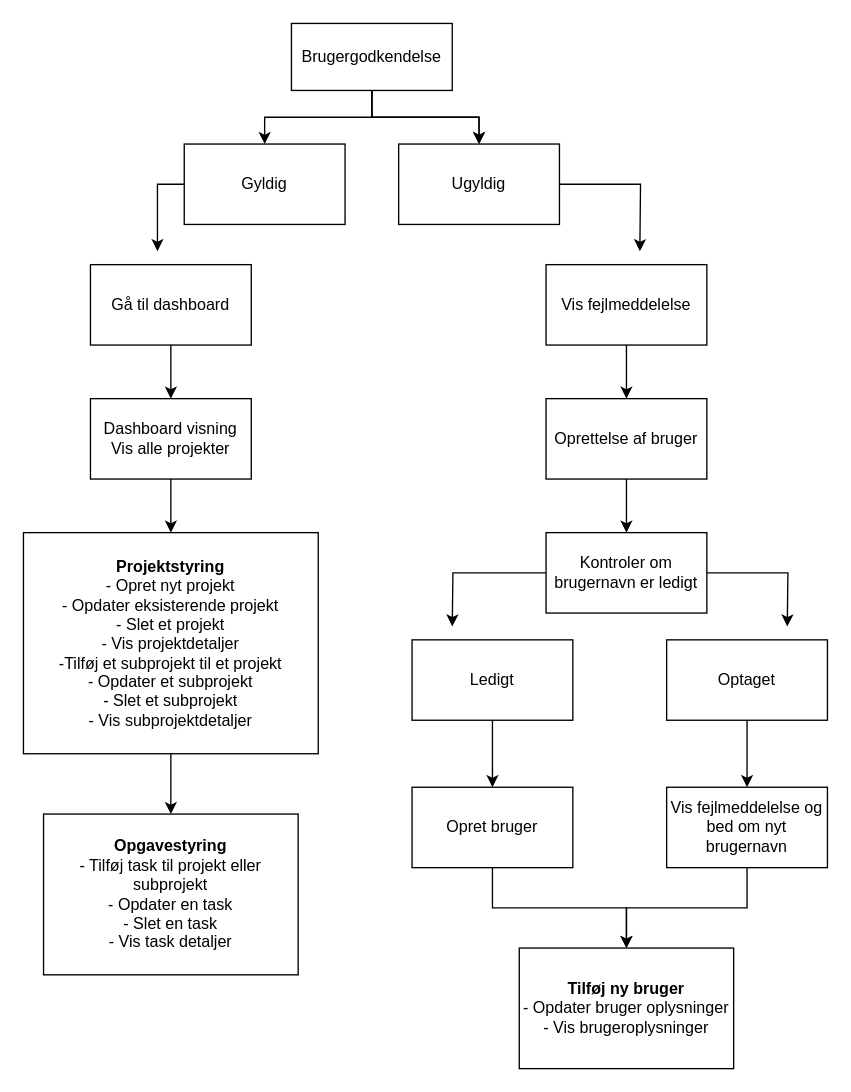
SarahKiil/AlphaSolutionsEksamen keeps this draw.io diagram as docs/Untitled Diagram.drawio. Above is the earlier version. Source tidied: cells renumbered, new cells numbered last; positions are measured from the earlier drawing's top-left corner, leaving out a move shared by most shapes. Both pictures are drawn from the tidied source at 134%, with x=0, y=0 at pixel (23, 23).
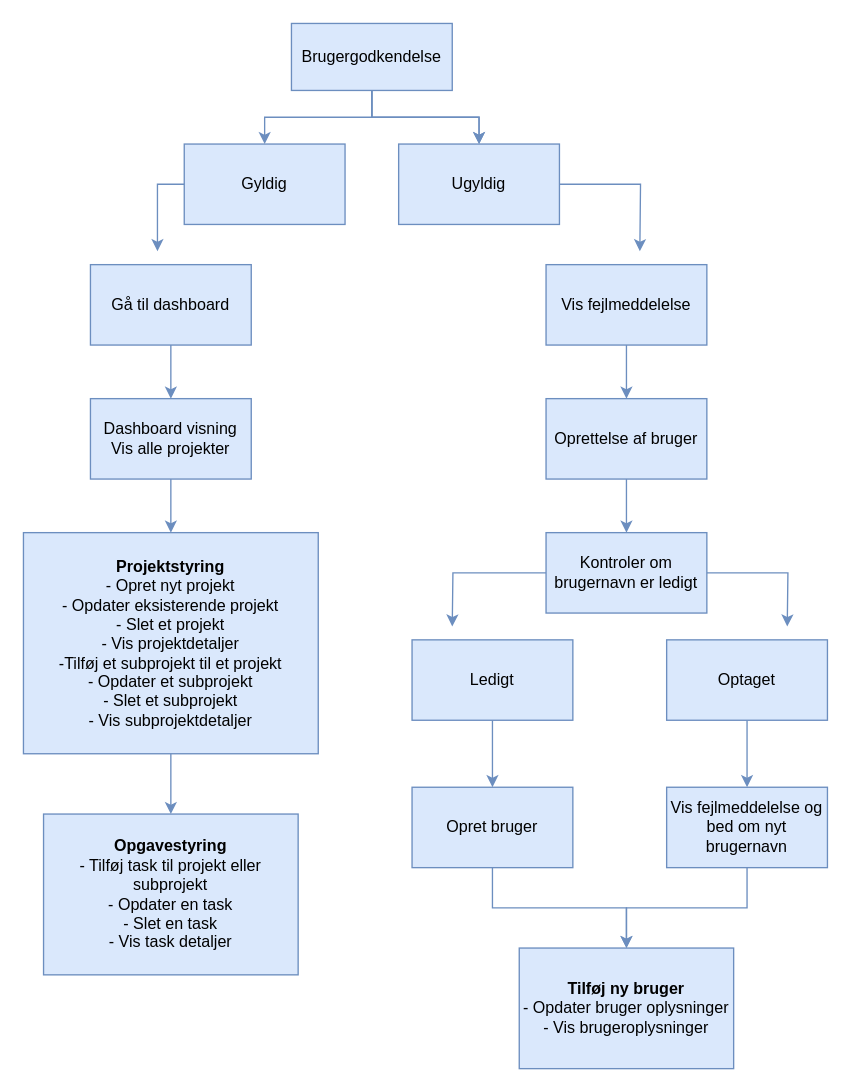
After the change.

What changed in the source:
```diff
@@
-    <mxCell id="2" style="edgeStyle=orthogonalEdgeStyle;rounded=0;jettySize=auto;html=1;" parent="1" edge="1" source="4" target="9">
+    <mxCell id="2" style="edgeStyle=orthogonalEdgeStyle;rounded=0;jettySize=auto;html=1;fillColor=#dae8fc;strokeColor=#6c8ebf;" parent="1" edge="1" source="4" target="9">
       <mxGeometry relative="1" as="geometry" />
     </mxCell>
-    <mxCell id="3" style="edgeStyle=orthogonalEdgeStyle;rounded=0;jettySize=auto;html=1;" parent="1" edge="1" source="4" target="9">
+    <mxCell id="3" style="edgeStyle=orthogonalEdgeStyle;rounded=0;jettySize=auto;html=1;fillColor=#dae8fc;strokeColor=#6c8ebf;" parent="1" edge="1" source="4" target="9">
       <mxGeometry relative="1" as="geometry">
         <Array as="points">
           <mxPoint x="260" y="70" />
           <mxPoint x="340" y="70" />
         </Array>
       </mxGeometry>
     </mxCell>
-    <mxCell id="4" value="Brugergodkendelse" style="rounded=0;whiteSpace=wrap;html=1;" parent="1" vertex="1">
+    <mxCell id="4" value="Brugergodkendelse" style="rounded=0;whiteSpace=wrap;html=1;fillColor=#dae8fc;strokeColor=#6c8ebf;" parent="1" vertex="1">
       <mxGeometry x="200" width="120" height="50" as="geometry" />
     </mxCell>
-    <mxCell id="5" style="edgeStyle=orthogonalEdgeStyle;rounded=0;jettySize=auto;html=1;endArrow=none;endFill=0;startArrow=classic;startFill=1;" parent="1" edge="1" source="7" target="4">
+    <mxCell id="5" style="edgeStyle=orthogonalEdgeStyle;rounded=0;jettySize=auto;html=1;endArrow=none;endFill=0;startArrow=classic;startFill=1;fillColor=#dae8fc;strokeColor=#6c8ebf;" parent="1" edge="1" source="7" target="4">
       <mxGeometry relative="1" as="geometry" />
     </mxCell>
-    <mxCell id="6" style="edgeStyle=orthogonalEdgeStyle;rounded=0;jettySize=auto;html=1;" parent="1" edge="1" source="7">
+    <mxCell id="6" style="edgeStyle=orthogonalEdgeStyle;rounded=0;jettySize=auto;html=1;fillColor=#dae8fc;strokeColor=#6c8ebf;" parent="1" edge="1" source="7">
       <mxGeometry relative="1" as="geometry">
         <mxPoint x="100" y="170" as="targetPoint" />
       </mxGeometry>
     </mxCell>
-    <mxCell id="7" value="Gyldig" style="rounded=0;whiteSpace=wrap;html=1;" parent="1" vertex="1">
+    <mxCell id="7" value="Gyldig" style="rounded=0;whiteSpace=wrap;html=1;fillColor=#dae8fc;strokeColor=#6c8ebf;" parent="1" vertex="1">
       <mxGeometry x="120" y="90" width="120" height="60" as="geometry" />
     </mxCell>
-    <mxCell id="8" style="edgeStyle=orthogonalEdgeStyle;rounded=0;jettySize=auto;html=1;" parent="1" edge="1" source="9">
+    <mxCell id="8" style="edgeStyle=orthogonalEdgeStyle;rounded=0;jettySize=auto;html=1;fillColor=#dae8fc;strokeColor=#6c8ebf;" parent="1" edge="1" source="9">
       <mxGeometry relative="1" as="geometry">
         <mxPoint x="460" y="170" as="targetPoint" />
       </mxGeometry>
     </mxCell>
-    <mxCell id="9" value="Ugyldig" style="rounded=0;whiteSpace=wrap;html=1;" parent="1" vertex="1">
+    <mxCell id="9" value="Ugyldig" style="rounded=0;whiteSpace=wrap;html=1;fillColor=#dae8fc;strokeColor=#6c8ebf;" parent="1" vertex="1">
       <mxGeometry x="280" y="90" width="120" height="60" as="geometry" />
     </mxCell>
-    <mxCell id="10" style="edgeStyle=orthogonalEdgeStyle;rounded=0;jettySize=auto;html=1;" parent="1" edge="1" source="11" target="15">
+    <mxCell id="10" style="edgeStyle=orthogonalEdgeStyle;rounded=0;jettySize=auto;html=1;fillColor=#dae8fc;strokeColor=#6c8ebf;" parent="1" edge="1" source="11" target="15">
       <mxGeometry relative="1" as="geometry" />
     </mxCell>
-    <mxCell id="11" value="Gå til dashboard" style="rounded=0;whiteSpace=wrap;html=1;" parent="1" vertex="1">
+    <mxCell id="11" value="Gå til dashboard" style="rounded=0;whiteSpace=wrap;html=1;fillColor=#dae8fc;strokeColor=#6c8ebf;" parent="1" vertex="1">
       <mxGeometry x="50" y="180" width="120" height="60" as="geometry" />
     </mxCell>
-    <mxCell id="12" style="edgeStyle=orthogonalEdgeStyle;rounded=0;jettySize=auto;html=1;" parent="1" edge="1" source="13" target="20">
+    <mxCell id="12" style="edgeStyle=orthogonalEdgeStyle;rounded=0;jettySize=auto;html=1;fillColor=#dae8fc;strokeColor=#6c8ebf;" parent="1" edge="1" source="13" target="20">
       <mxGeometry relative="1" as="geometry" />
     </mxCell>
-    <mxCell id="13" value="Vis fejlmeddelelse" style="rounded=0;whiteSpace=wrap;html=1;" parent="1" vertex="1">
+    <mxCell id="13" value="Vis fejlmeddelelse" style="rounded=0;whiteSpace=wrap;html=1;fillColor=#dae8fc;strokeColor=#6c8ebf;" parent="1" vertex="1">
       <mxGeometry x="390" y="180" width="120" height="60" as="geometry" />
     </mxCell>
-    <mxCell id="14" style="edgeStyle=orthogonalEdgeStyle;rounded=0;jettySize=auto;html=1;" parent="1" edge="1" source="15" target="17">
+    <mxCell id="14" style="edgeStyle=orthogonalEdgeStyle;rounded=0;jettySize=auto;html=1;fillColor=#dae8fc;strokeColor=#6c8ebf;" parent="1" edge="1" source="15" target="17">
       <mxGeometry relative="1" as="geometry" />
     </mxCell>
-    <mxCell id="15" value="Dashboard visning&lt;div&gt;Vis alle projekter&lt;/div&gt;" style="rounded=0;whiteSpace=wrap;html=1;" parent="1" vertex="1">
+    <mxCell id="15" value="Dashboard visning&lt;div&gt;Vis alle projekter&lt;/div&gt;" style="rounded=0;whiteSpace=wrap;html=1;fillColor=#dae8fc;strokeColor=#6c8ebf;" parent="1" vertex="1">
       <mxGeometry x="50" y="280" width="120" height="60" as="geometry" />
     </mxCell>
-    <mxCell id="16" style="edgeStyle=orthogonalEdgeStyle;rounded=0;jettySize=auto;html=1;" parent="1" edge="1" source="17" target="18">
+    <mxCell id="16" style="edgeStyle=orthogonalEdgeStyle;rounded=0;jettySize=auto;html=1;fillColor=#dae8fc;strokeColor=#6c8ebf;" parent="1" edge="1" source="17" target="18">
       <mxGeometry relative="1" as="geometry" />
     </mxCell>
-    <mxCell id="17" value="&lt;b&gt;Projektstyring&lt;/b&gt;&lt;div&gt;- Opret nyt projekt&lt;/div&gt;&lt;div&gt;- Opdater eksisterende projekt&lt;/div&gt;&lt;div&gt;- Slet et projekt&lt;/div&gt;&lt;div&gt;- Vis projektdetaljer&lt;/div&gt;&lt;div&gt;-Tilføj et subprojekt til et projekt&lt;/div&gt;&lt;div&gt;- Opdater et subprojekt&lt;/div&gt;&lt;div&gt;- Slet et subprojekt&lt;/div&gt;&lt;div&gt;- Vis subprojektdetaljer&lt;/div&gt;" style="rounded=0;whiteSpace=wrap;html=1;" parent="1" vertex="1">
+    <mxCell id="17" value="&lt;b&gt;Projektstyring&lt;/b&gt;&lt;div&gt;- Opret nyt projekt&lt;/div&gt;&lt;div&gt;- Opdater eksisterende projekt&lt;/div&gt;&lt;div&gt;- Slet et projekt&lt;/div&gt;&lt;div&gt;- Vis projektdetaljer&lt;/div&gt;&lt;div&gt;-Tilføj et subprojekt til et projekt&lt;/div&gt;&lt;div&gt;- Opdater et subprojekt&lt;/div&gt;&lt;div&gt;- Slet et subprojekt&lt;/div&gt;&lt;div&gt;- Vis subprojektdetaljer&lt;/div&gt;" style="rounded=0;whiteSpace=wrap;html=1;fillColor=#dae8fc;strokeColor=#6c8ebf;" parent="1" vertex="1">
       <mxGeometry y="380" width="220" height="165" as="geometry" />
     </mxCell>
-    <mxCell id="18" value="&lt;b&gt;Opgavestyring&lt;/b&gt;&lt;div&gt;- Tilføj task til projekt eller subprojekt&lt;/div&gt;&lt;div&gt;- Opdater en task&lt;/div&gt;&lt;div&gt;- Slet en task&lt;/div&gt;&lt;div&gt;- Vis task detaljer&lt;/div&gt;" style="rounded=0;whiteSpace=wrap;html=1;" parent="1" vertex="1">
+    <mxCell id="18" value="&lt;b&gt;Opgavestyring&lt;/b&gt;&lt;div&gt;- Tilføj task til projekt eller subprojekt&lt;/div&gt;&lt;div&gt;- Opdater en task&lt;/div&gt;&lt;div&gt;- Slet en task&lt;/div&gt;&lt;div&gt;- Vis task detaljer&lt;/div&gt;" style="rounded=0;whiteSpace=wrap;html=1;fillColor=#dae8fc;strokeColor=#6c8ebf;" parent="1" vertex="1">
       <mxGeometry x="15" y="590" width="190" height="120" as="geometry" />
     </mxCell>
-    <mxCell id="19" style="edgeStyle=orthogonalEdgeStyle;rounded=0;jettySize=auto;html=1;" parent="1" edge="1" source="20" target="23">
+    <mxCell id="19" style="edgeStyle=orthogonalEdgeStyle;rounded=0;jettySize=auto;html=1;fillColor=#dae8fc;strokeColor=#6c8ebf;" parent="1" edge="1" source="20" target="23">
       <mxGeometry relative="1" as="geometry" />
     </mxCell>
-    <mxCell id="20" value="Oprettelse af bruger" style="rounded=0;whiteSpace=wrap;html=1;" parent="1" vertex="1">
+    <mxCell id="20" value="Oprettelse af bruger" style="rounded=0;whiteSpace=wrap;html=1;fillColor=#dae8fc;strokeColor=#6c8ebf;" parent="1" vertex="1">
       <mxGeometry x="390" y="280" width="120" height="60" as="geometry" />
     </mxCell>
-    <mxCell id="21" style="edgeStyle=orthogonalEdgeStyle;rounded=0;jettySize=auto;html=1;" parent="1" edge="1" source="23">
+    <mxCell id="21" style="edgeStyle=orthogonalEdgeStyle;rounded=0;jettySize=auto;html=1;fillColor=#dae8fc;strokeColor=#6c8ebf;" parent="1" edge="1" source="23">
       <mxGeometry relative="1" as="geometry">
         <mxPoint x="320" y="450" as="targetPoint" />
       </mxGeometry>
     </mxCell>
-    <mxCell id="22" style="edgeStyle=orthogonalEdgeStyle;rounded=0;jettySize=auto;html=1;" parent="1" edge="1" source="23">
+    <mxCell id="22" style="edgeStyle=orthogonalEdgeStyle;rounded=0;jettySize=auto;html=1;fillColor=#dae8fc;strokeColor=#6c8ebf;" parent="1" edge="1" source="23">
       <mxGeometry relative="1" as="geometry">
         <mxPoint x="570" y="450" as="targetPoint" />
       </mxGeometry>
     </mxCell>
-    <mxCell id="23" value="Kontroler om brugernavn er ledigt" style="rounded=0;whiteSpace=wrap;html=1;" parent="1" vertex="1">
+    <mxCell id="23" value="Kontroler om brugernavn er ledigt" style="rounded=0;whiteSpace=wrap;html=1;fillColor=#dae8fc;strokeColor=#6c8ebf;" parent="1" vertex="1">
       <mxGeometry x="390" y="380" width="120" height="60" as="geometry" />
     </mxCell>
-    <mxCell id="24" style="edgeStyle=orthogonalEdgeStyle;rounded=0;jettySize=auto;html=1;" parent="1" edge="1" source="25" target="29">
+    <mxCell id="24" style="edgeStyle=orthogonalEdgeStyle;rounded=0;jettySize=auto;html=1;fillColor=#dae8fc;strokeColor=#6c8ebf;" parent="1" edge="1" source="25" target="29">
       <mxGeometry relative="1" as="geometry" />
     </mxCell>
-    <mxCell id="25" value="Ledigt" style="rounded=0;whiteSpace=wrap;html=1;" parent="1" vertex="1">
+    <mxCell id="25" value="Ledigt" style="rounded=0;whiteSpace=wrap;html=1;fillColor=#dae8fc;strokeColor=#6c8ebf;" parent="1" vertex="1">
       <mxGeometry x="290" y="460" width="120" height="60" as="geometry" />
     </mxCell>
-    <mxCell id="26" style="edgeStyle=orthogonalEdgeStyle;rounded=0;jettySize=auto;html=1;" parent="1" edge="1" source="27" target="31">
+    <mxCell id="26" style="edgeStyle=orthogonalEdgeStyle;rounded=0;jettySize=auto;html=1;fillColor=#dae8fc;strokeColor=#6c8ebf;" parent="1" edge="1" source="27" target="31">
       <mxGeometry relative="1" as="geometry" />
     </mxCell>
-    <mxCell id="27" value="Optaget" style="rounded=0;whiteSpace=wrap;html=1;" parent="1" vertex="1">
+    <mxCell id="27" value="Optaget" style="rounded=0;whiteSpace=wrap;html=1;fillColor=#dae8fc;strokeColor=#6c8ebf;" parent="1" vertex="1">
       <mxGeometry x="480" y="460" width="120" height="60" as="geometry" />
     </mxCell>
-    <mxCell id="28" style="edgeStyle=orthogonalEdgeStyle;rounded=0;jettySize=auto;html=1;" parent="1" edge="1" source="29" target="32">
+    <mxCell id="28" style="edgeStyle=orthogonalEdgeStyle;rounded=0;jettySize=auto;html=1;fillColor=#dae8fc;strokeColor=#6c8ebf;" parent="1" edge="1" source="29" target="32">
       <mxGeometry relative="1" as="geometry" />
     </mxCell>
-    <mxCell id="29" value="Opret bruger" style="rounded=0;whiteSpace=wrap;html=1;" parent="1" vertex="1">
+    <mxCell id="29" value="Opret bruger" style="rounded=0;whiteSpace=wrap;html=1;fillColor=#dae8fc;strokeColor=#6c8ebf;" parent="1" vertex="1">
       <mxGeometry x="290" y="570" width="120" height="60" as="geometry" />
     </mxCell>
-    <mxCell id="30" style="edgeStyle=orthogonalEdgeStyle;rounded=0;jettySize=auto;html=1;" parent="1" edge="1" source="31" target="32">
+    <mxCell id="30" style="edgeStyle=orthogonalEdgeStyle;rounded=0;jettySize=auto;html=1;fillColor=#dae8fc;strokeColor=#6c8ebf;" parent="1" edge="1" source="31" target="32">
       <mxGeometry relative="1" as="geometry" />
     </mxCell>
-    <mxCell id="31" value="Vis fejlmeddelelse og bed om nyt brugernavn" style="rounded=0;whiteSpace=wrap;html=1;" parent="1" vertex="1">
+    <mxCell id="31" value="Vis fejlmeddelelse og bed om nyt brugernavn" style="rounded=0;whiteSpace=wrap;html=1;fillColor=#dae8fc;strokeColor=#6c8ebf;" parent="1" vertex="1">
       <mxGeometry x="480" y="570" width="120" height="60" as="geometry" />
     </mxCell>
-    <mxCell id="32" value="&lt;div&gt;&lt;b&gt;Tilføj ny bruger&lt;/b&gt;&lt;/div&gt;&lt;div&gt;- Opdater bruger oplysninger&lt;/div&gt;&lt;div&gt;- Vis brugeroplysninger&lt;/div&gt;" style="rounded=0;whiteSpace=wrap;html=1;" parent="1" vertex="1">
+    <mxCell id="32" value="&lt;div&gt;&lt;b&gt;Tilføj ny bruger&lt;/b&gt;&lt;/div&gt;&lt;div&gt;- Opdater bruger oplysninger&lt;/div&gt;&lt;div&gt;- Vis brugeroplysninger&lt;/div&gt;" style="rounded=0;whiteSpace=wrap;html=1;fillColor=#dae8fc;strokeColor=#6c8ebf;" parent="1" vertex="1">
       <mxGeometry x="370" y="690" width="160" height="90" as="geometry" />
     </mxCell>
```
